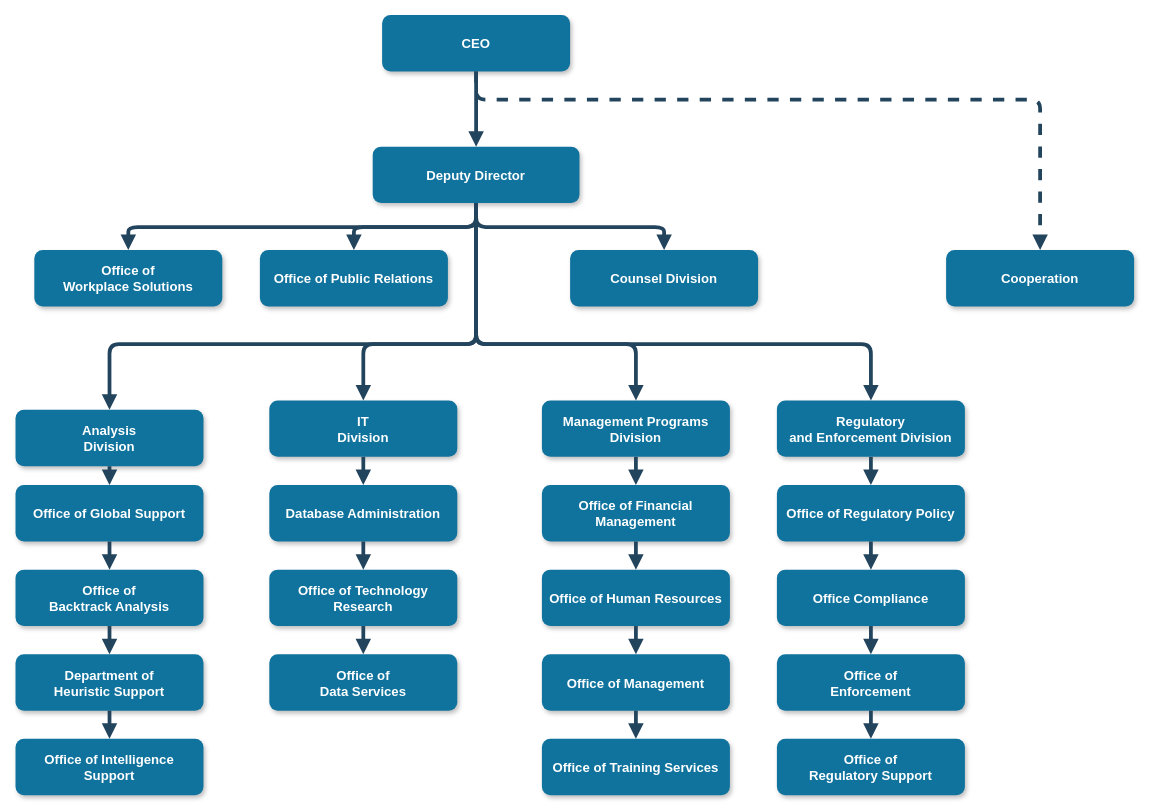
The draw.io diagram 未命名绘图.drawio in L459447339/draw-project, before the edit. Source tidied: cells renumbered, new cells numbered last; positions are measured from the earlier drawing's top-left corner, leaving out a move shared by most shapes. Both pictures are drawn from the tidied source at 94%, with x=0, y=0 at pixel (15, 15).
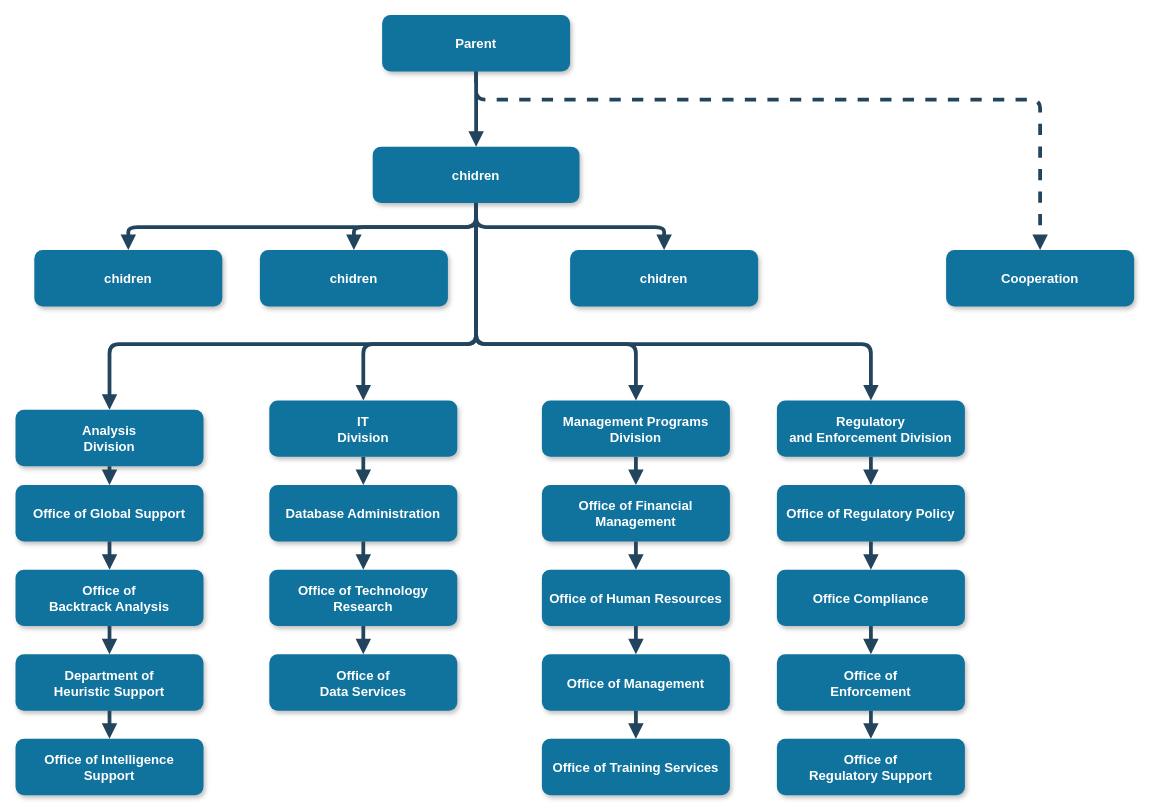
After the change.

Change to the diagram source:
```diff
@@
-    <mxCell id="2" value="CEO" style="rounded=1;fillColor=#10739E;strokeColor=none;shadow=1;gradientColor=none;fontStyle=1;fontColor=#FFFFFF;fontSize=14;" parent="1" vertex="1">
+    <mxCell id="2" value="Parent" style="rounded=1;fillColor=#10739E;strokeColor=none;shadow=1;gradientColor=none;fontStyle=1;fontColor=#FFFFFF;fontSize=14;" parent="1" vertex="1">
       <mxGeometry x="390" y="-0.5" width="200" height="60" as="geometry" />
     </mxCell>
-    <mxCell id="3" value="Deputy Director" style="rounded=1;fillColor=#10739E;strokeColor=none;shadow=1;gradientColor=none;fontStyle=1;fontColor=#FFFFFF;fontSize=14;" parent="1" vertex="1">
+    <mxCell id="3" value="chidren" style="rounded=1;fillColor=#10739E;strokeColor=none;shadow=1;gradientColor=none;fontStyle=1;fontColor=#FFFFFF;fontSize=14;" parent="1" vertex="1">
       <mxGeometry x="380" y="139.5" width="220" height="60" as="geometry" />
     </mxCell>
-    <mxCell id="4" value="Office of &#10;Workplace Solutions" style="rounded=1;fillColor=#10739E;strokeColor=none;shadow=1;gradientColor=none;fontStyle=1;fontColor=#FFFFFF;fontSize=14;" parent="1" vertex="1">
+    <mxCell id="4" value="chidren" style="rounded=1;fillColor=#10739E;strokeColor=none;shadow=1;gradientColor=none;fontStyle=1;fontColor=#FFFFFF;fontSize=14;" parent="1" vertex="1">
       <mxGeometry x="20" y="249.5" width="200" height="60" as="geometry" />
     </mxCell>
-    <mxCell id="5" value="Office of Public Relations" style="rounded=1;fillColor=#10739E;strokeColor=none;shadow=1;gradientColor=none;fontStyle=1;fontColor=#FFFFFF;fontSize=14;" parent="1" vertex="1">
+    <mxCell id="5" value="chidren" style="rounded=1;fillColor=#10739E;strokeColor=none;shadow=1;gradientColor=none;fontStyle=1;fontColor=#FFFFFF;fontSize=14;" parent="1" vertex="1">
       <mxGeometry x="260" y="249.5" width="200" height="60" as="geometry" />
     </mxCell>
-    <mxCell id="6" value="Counsel Division" style="rounded=1;fillColor=#10739E;strokeColor=none;shadow=1;gradientColor=none;fontStyle=1;fontColor=#FFFFFF;fontSize=14;" parent="1" vertex="1">
+    <mxCell id="6" value="chidren" style="rounded=1;fillColor=#10739E;strokeColor=none;shadow=1;gradientColor=none;fontStyle=1;fontColor=#FFFFFF;fontSize=14;" parent="1" vertex="1">
       <mxGeometry x="590" y="249.5" width="200" height="60" as="geometry" />
     </mxCell>
```
